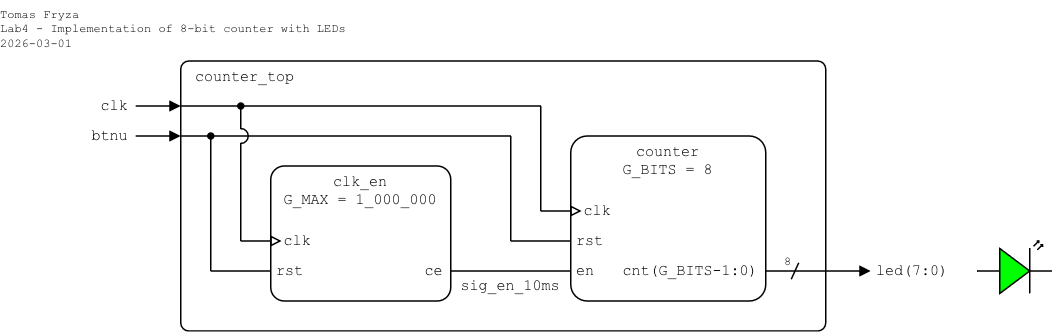
This is lab4-counter/images/top-level_ver1.png from tomas-fryza/verilog-examples, a draw.io export, as it was before one commit. Source tidied: cells renumbered, new cells last; positions are measured from the earlier drawing's top-left corner, leaving out a move shared by most shapes.
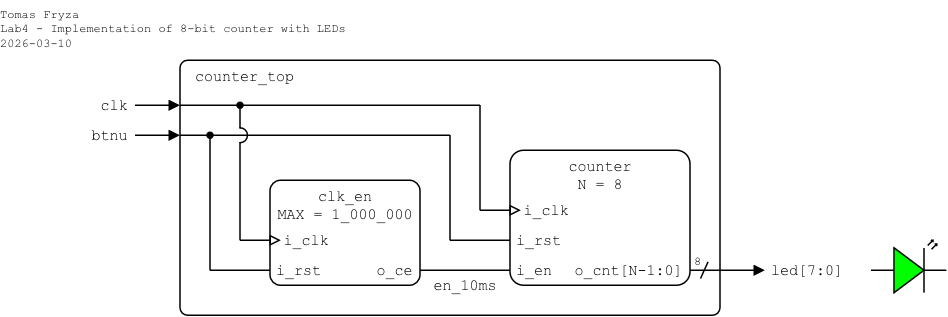
After the commit.

What changed in the source:
```diff
@@ -3,153 +3,153 @@
     <mxCell id="0" />
     <mxCell id="1" parent="0" />
     <mxCell id="2" value="counter_top" style="rounded=1;arcSize=3;whiteSpace=wrap;html=1;align=left;verticalAlign=top;fontFamily=Courier New;absoluteArcSize=0;fillColor=none;fontSize=10;spacingLeft=10;imageHeight=24;spacing=0;" parent="1" vertex="1">
-      <mxGeometry x="120" y="40" width="430" height="180" as="geometry" />
+      <mxGeometry x="2240" y="-1360" width="360" height="170" as="geometry" />
     </mxCell>
     <mxCell id="3" style="endArrow=none;html=1;rounded=0;endFill=1;endSize=5;startSize=5;startFill=0;" parent="1" edge="1">
       <mxGeometry relative="1" as="geometry">
-        <mxPoint x="120" y="90" as="sourcePoint" />
-        <mxPoint x="340" y="90" as="targetPoint" />
+        <mxPoint x="2240" y="-1310" as="sourcePoint" />
+        <mxPoint x="2420" y="-1310" as="targetPoint" />
       </mxGeometry>
     </mxCell>
     <mxCell id="4" style="endArrow=block;html=1;rounded=0;endFill=1;endSize=5;startSize=5;" parent="1" edge="1">
       <mxGeometry relative="1" as="geometry">
-        <mxPoint x="90" y="90" as="sourcePoint" />
-        <mxPoint x="120" y="90" as="targetPoint" />
+        <mxPoint x="2210" y="-1310" as="sourcePoint" />
+        <mxPoint x="2240" y="-1310" as="targetPoint" />
       </mxGeometry>
     </mxCell>
     <mxCell id="5" value="&lt;div align=&quot;right&quot;&gt;btnu&lt;/div&gt;" style="text;html=1;align=right;verticalAlign=middle;whiteSpace=wrap;rounded=0;fontFamily=Courier New;fontSize=10;fillOpacity=100;spacing=0;spacingLeft=0;spacingRight=5;" parent="1" vertex="1">
-      <mxGeometry x="50" y="80" width="39.6" height="20" as="geometry" />
+      <mxGeometry x="2170" y="-1320" width="39.6" height="20" as="geometry" />
     </mxCell>
     <mxCell id="6" style="endArrow=none;html=1;rounded=0;startArrow=none;startFill=0;endSize=4;startSize=4;" parent="1" edge="1">
       <mxGeometry relative="1" as="geometry">
-        <mxPoint x="360" y="140" as="sourcePoint" />
-        <mxPoint x="360" y="70" as="targetPoint" />
+        <mxPoint x="2440" y="-1260" as="sourcePoint" />
+        <mxPoint x="2440" y="-1330" as="targetPoint" />
       </mxGeometry>
     </mxCell>
     <mxCell id="7" style="endArrow=block;html=1;rounded=0;endFill=1;orthogonal=1;endSize=5;startSize=5;" parent="1" edge="1">
       <mxGeometry relative="1" as="geometry">
-        <mxPoint x="510" y="180" as="sourcePoint" />
-        <mxPoint x="580" y="180" as="targetPoint" />
+        <mxPoint x="2580" y="-1220" as="sourcePoint" />
+        <mxPoint x="2630" y="-1220" as="targetPoint" />
       </mxGeometry>
     </mxCell>
-    <mxCell id="8" value="led(7:0)" style="text;html=1;align=left;verticalAlign=middle;whiteSpace=wrap;rounded=0;fontFamily=Courier New;fontSize=10;fillOpacity=100;spacing=0;spacingLeft=5;" parent="1" vertex="1">
-      <mxGeometry x="579.3" y="170" width="60.6" height="20" as="geometry" />
+    <mxCell id="8" value="led[7:0]" style="text;html=1;align=left;verticalAlign=middle;whiteSpace=wrap;rounded=0;fontFamily=Courier New;fontSize=10;fillOpacity=100;spacing=0;spacingLeft=5;" parent="1" vertex="1">
+      <mxGeometry x="2629.3" y="-1230" width="60.6" height="20" as="geometry" />
     </mxCell>
     <mxCell id="9" style="endArrow=block;html=1;rounded=0;endFill=1;endSize=5;startSize=5;" parent="1" edge="1">
       <mxGeometry relative="1" as="geometry">
-        <mxPoint x="90" y="70" as="sourcePoint" />
-        <mxPoint x="120" y="70" as="targetPoint" />
+        <mxPoint x="2210" y="-1330" as="sourcePoint" />
+        <mxPoint x="2240" y="-1330" as="targetPoint" />
       </mxGeometry>
     </mxCell>
     <mxCell id="10" value="clk" style="text;html=1;align=right;verticalAlign=middle;whiteSpace=wrap;rounded=0;fontFamily=Courier New;fontSize=10;fillOpacity=100;spacing=0;spacingLeft=0;spacingRight=5;" parent="1" vertex="1">
-      <mxGeometry x="60" y="60" width="30" height="20" as="geometry" />
+      <mxGeometry x="2180" y="-1340" width="30" height="20" as="geometry" />
     </mxCell>
     <mxCell id="11" style="endArrow=none;html=1;rounded=0;startArrow=none;startFill=0;endSize=4;startSize=4;" parent="1" edge="1">
       <mxGeometry relative="1" as="geometry">
-        <mxPoint x="340" y="90" as="sourcePoint" />
-        <mxPoint x="340" y="160" as="targetPoint" />
+        <mxPoint x="2420" y="-1310" as="sourcePoint" />
+        <mxPoint x="2420" y="-1240" as="targetPoint" />
       </mxGeometry>
     </mxCell>
-    <mxCell id="12" value="&lt;div&gt;counter&lt;/div&gt;&lt;div&gt;G_BITS = 8&lt;/div&gt;" style="rounded=1;arcSize=10;align=center;verticalAlign=top;fontFamily=Courier New;absoluteArcSize=0;fillColor=none;fixDash=0;fontSize=10;spacingLeft=0;labelBorderColor=none;spacingTop=0;spacing=0;labelBackgroundColor=none;whiteSpace=wrap;html=1;strokeWidth=1;shadow=0;glass=0;" parent="1" vertex="1">
-      <mxGeometry x="380" y="90" width="130" height="110" as="geometry" />
+    <mxCell id="12" value="&lt;div&gt;counter&lt;/div&gt;&lt;div&gt;N = 8&lt;/div&gt;" style="rounded=1;arcSize=10;align=center;verticalAlign=top;fontFamily=Courier New;absoluteArcSize=0;fillColor=none;fixDash=0;fontSize=10;spacingLeft=0;labelBorderColor=none;spacingTop=0;spacing=0;labelBackgroundColor=none;whiteSpace=wrap;html=1;strokeWidth=1;shadow=0;glass=0;" parent="1" vertex="1">
+      <mxGeometry x="2460" y="-1300" width="120" height="90" as="geometry" />
     </mxCell>
-    <mxCell id="13" value="rst" style="text;html=1;align=left;verticalAlign=middle;whiteSpace=wrap;rounded=0;fontFamily=Courier New;fontSize=10;fillOpacity=100;spacingLeft=5;spacing=0;" parent="1" vertex="1">
-      <mxGeometry x="379.4" y="150" width="30.6" height="20" as="geometry" />
+    <mxCell id="13" value="i_rst" style="text;html=1;align=left;verticalAlign=middle;whiteSpace=wrap;rounded=0;fontFamily=Courier New;fontSize=10;fillOpacity=100;spacingLeft=5;spacing=0;" parent="1" vertex="1">
+      <mxGeometry x="2459.4" y="-1250" width="40.6" height="20" as="geometry" />
     </mxCell>
-    <mxCell id="14" value="clk" style="text;html=1;align=left;verticalAlign=middle;whiteSpace=wrap;rounded=0;fontFamily=Courier New;fontSize=10;fillOpacity=100;spacing=0;spacingLeft=10;" parent="1" vertex="1">
-      <mxGeometry x="379.4" y="130" width="40.6" height="20" as="geometry" />
+    <mxCell id="14" value="i_clk" style="text;html=1;align=left;verticalAlign=middle;whiteSpace=wrap;rounded=0;fontFamily=Courier New;fontSize=10;fillOpacity=100;spacing=0;spacingLeft=10;" parent="1" vertex="1">
+      <mxGeometry x="2459.4" y="-1270" width="40.6" height="20" as="geometry" />
     </mxCell>
     <mxCell id="15" style="endArrow=none;html=1;rounded=0;endFill=0;endSize=5;startSize=5;" parent="1" edge="1">
       <mxGeometry relative="1" as="geometry">
-        <mxPoint x="300" y="180" as="sourcePoint" />
-        <mxPoint x="380" y="180" as="targetPoint" />
+        <mxPoint x="2400" y="-1220" as="sourcePoint" />
+        <mxPoint x="2460" y="-1220" as="targetPoint" />
       </mxGeometry>
     </mxCell>
     <mxCell id="16" style="endArrow=block;html=1;rounded=0;endFill=0;endSize=5;startSize=5;" parent="1" edge="1">
       <mxGeometry relative="1" as="geometry">
-        <mxPoint x="360" y="140" as="sourcePoint" />
-        <mxPoint x="387.2" y="140" as="targetPoint" />
+        <mxPoint x="2440" y="-1260" as="sourcePoint" />
+        <mxPoint x="2467.2" y="-1260" as="targetPoint" />
       </mxGeometry>
     </mxCell>
-    <mxCell id="17" value="cnt(G_BITS-1:0)" style="text;html=1;align=right;verticalAlign=middle;whiteSpace=wrap;rounded=0;fontFamily=Courier New;fontSize=10;fillOpacity=100;spacing=0;spacingRight=5;" parent="1" vertex="1">
-      <mxGeometry x="400" y="170" width="110" height="20" as="geometry" />
+    <mxCell id="17" value="o_cnt[N-1:0]" style="text;html=1;align=right;verticalAlign=middle;whiteSpace=wrap;rounded=0;fontFamily=Courier New;fontSize=10;fillOpacity=100;spacing=0;spacingRight=5;" parent="1" vertex="1">
+      <mxGeometry x="2500" y="-1230" width="80" height="20" as="geometry" />
     </mxCell>
-    <mxCell id="18" value="en" style="text;html=1;align=left;verticalAlign=middle;whiteSpace=wrap;rounded=0;fontFamily=Courier New;fontSize=10;fillOpacity=100;spacingLeft=5;spacing=0;" parent="1" vertex="1">
-      <mxGeometry x="379.4" y="170" width="30.6" height="20" as="geometry" />
+    <mxCell id="18" value="i_en" style="text;html=1;align=left;verticalAlign=middle;whiteSpace=wrap;rounded=0;fontFamily=Courier New;fontSize=10;fillOpacity=100;spacingLeft=5;spacing=0;" parent="1" vertex="1">
+      <mxGeometry x="2459.4" y="-1230" width="30.6" height="20" as="geometry" />
     </mxCell>
     <mxCell id="19" style="endArrow=none;html=1;rounded=0;endFill=0;endSize=5;startSize=5;" parent="1" edge="1">
       <mxGeometry relative="1" as="geometry">
-        <mxPoint x="340" y="160" as="sourcePoint" />
-        <mxPoint x="380" y="160" as="targetPoint" />
+        <mxPoint x="2420" y="-1240" as="sourcePoint" />
+        <mxPoint x="2460" y="-1240" as="targetPoint" />
       </mxGeometry>
     </mxCell>
     <mxCell id="20" style="endArrow=none;html=1;rounded=0;endFill=0;endSize=5;startSize=5;" parent="1" edge="1">
       <mxGeometry relative="1" as="geometry">
-        <mxPoint x="120" y="70" as="sourcePoint" />
-        <mxPoint x="360" y="70" as="targetPoint" />
+        <mxPoint x="2240" y="-1330" as="sourcePoint" />
+        <mxPoint x="2440" y="-1330" as="targetPoint" />
       </mxGeometry>
     </mxCell>
-    <mxCell id="21" value="sig_en_10ms" style="text;html=1;align=center;verticalAlign=middle;whiteSpace=wrap;rounded=0;fontFamily=Courier New;fontSize=10;fillOpacity=100;spacing=0;spacingLeft=0;" parent="1" vertex="1">
-      <mxGeometry x="300" y="185" width="80" height="10" as="geometry" />
+    <mxCell id="21" value="en_10ms" style="text;html=1;align=center;verticalAlign=middle;whiteSpace=wrap;rounded=0;fontFamily=Courier New;fontSize=10;fillOpacity=100;spacing=0;spacingLeft=0;" parent="1" vertex="1">
+      <mxGeometry x="2400" y="-1215" width="60" height="10" as="geometry" />
     </mxCell>
-    <mxCell id="22" value="clk_en&lt;div&gt;G_MAX = 1_000_000&lt;br&gt;&lt;/div&gt;" style="rounded=1;arcSize=10;align=center;verticalAlign=top;fontFamily=Courier New;absoluteArcSize=0;fillColor=none;fixDash=0;fontSize=10;spacingLeft=0;labelBorderColor=none;spacingTop=0;spacing=0;labelBackgroundColor=none;whiteSpace=wrap;html=1;strokeWidth=1;shadow=0;glass=0;" parent="1" vertex="1">
-      <mxGeometry x="180" y="110" width="120" height="90" as="geometry" />
+    <mxCell id="22" value="clk_en&lt;div&gt;MAX = 1_000_000&lt;br&gt;&lt;/div&gt;" style="rounded=1;arcSize=10;align=center;verticalAlign=top;fontFamily=Courier New;absoluteArcSize=0;fillColor=none;fixDash=0;fontSize=10;spacingLeft=0;labelBorderColor=none;spacingTop=0;spacing=0;labelBackgroundColor=none;whiteSpace=wrap;html=1;strokeWidth=1;shadow=0;glass=0;" parent="1" vertex="1">
+      <mxGeometry x="2300" y="-1280" width="100" height="70" as="geometry" />
     </mxCell>
-    <mxCell id="23" value="rst" style="text;html=1;align=left;verticalAlign=middle;whiteSpace=wrap;rounded=0;fontFamily=Courier New;fontSize=10;fillOpacity=100;spacingLeft=5;spacing=0;" parent="1" vertex="1">
-      <mxGeometry x="179.4" y="170" width="30.6" height="20" as="geometry" />
+    <mxCell id="23" value="i_rst" style="text;html=1;align=left;verticalAlign=middle;whiteSpace=wrap;rounded=0;fontFamily=Courier New;fontSize=10;fillOpacity=100;spacingLeft=5;spacing=0;" parent="1" vertex="1">
+      <mxGeometry x="2299.4" y="-1230" width="40.6" height="20" as="geometry" />
     </mxCell>
-    <mxCell id="24" value="clk" style="text;html=1;align=left;verticalAlign=middle;whiteSpace=wrap;rounded=0;fontFamily=Courier New;fontSize=10;fillOpacity=100;spacing=0;spacingLeft=10;" parent="1" vertex="1">
-      <mxGeometry x="179.4" y="150" width="30.6" height="20" as="geometry" />
+    <mxCell id="24" value="i_clk" style="text;html=1;align=left;verticalAlign=middle;whiteSpace=wrap;rounded=0;fontFamily=Courier New;fontSize=10;fillOpacity=100;spacing=0;spacingLeft=10;" parent="1" vertex="1">
+      <mxGeometry x="2299.4" y="-1250" width="50.6" height="20" as="geometry" />
     </mxCell>
     <mxCell id="25" style="endArrow=block;html=1;rounded=0;endFill=0;endSize=5;startSize=5;" parent="1" edge="1">
       <mxGeometry relative="1" as="geometry">
-        <mxPoint x="160" y="160" as="sourcePoint" />
-        <mxPoint x="187.2" y="160" as="targetPoint" />
+        <mxPoint x="2280" y="-1240" as="sourcePoint" />
+        <mxPoint x="2307.2" y="-1240" as="targetPoint" />
       </mxGeometry>
     </mxCell>
-    <mxCell id="26" value="ce" style="text;html=1;align=right;verticalAlign=middle;whiteSpace=wrap;rounded=0;fontFamily=Courier New;fontSize=10;fillOpacity=100;spacing=0;spacingRight=5;" parent="1" vertex="1">
-      <mxGeometry x="270" y="170" width="30" height="20" as="geometry" />
+    <mxCell id="26" value="o_ce" style="text;html=1;align=right;verticalAlign=middle;whiteSpace=wrap;rounded=0;fontFamily=Courier New;fontSize=10;fillOpacity=100;spacing=0;spacingRight=5;" parent="1" vertex="1">
+      <mxGeometry x="2370" y="-1230" width="30" height="20" as="geometry" />
     </mxCell>
     <mxCell id="27" style="endArrow=none;html=1;rounded=0;endFill=0;endSize=5;startSize=5;" parent="1" edge="1">
       <mxGeometry relative="1" as="geometry">
-        <mxPoint x="140" y="180" as="sourcePoint" />
-        <mxPoint x="180" y="180" as="targetPoint" />
+        <mxPoint x="2260" y="-1220" as="sourcePoint" />
+        <mxPoint x="2300" y="-1220" as="targetPoint" />
       </mxGeometry>
     </mxCell>
     <mxCell id="28" style="endArrow=oval;html=1;rounded=0;startArrow=none;startFill=0;endSize=4;startSize=4;endFill=1;" parent="1" edge="1">
       <mxGeometry relative="1" as="geometry">
-        <mxPoint x="160" y="85.5" as="sourcePoint" />
-        <mxPoint x="160" y="70" as="targetPoint" />
+        <mxPoint x="2280" y="-1314.5" as="sourcePoint" />
+        <mxPoint x="2280" y="-1330" as="targetPoint" />
       </mxGeometry>
     </mxCell>
     <mxCell id="29" style="endArrow=none;html=1;rounded=0;startArrow=oval;startFill=1;endSize=4;startSize=4;" parent="1" edge="1">
       <mxGeometry relative="1" as="geometry">
-        <mxPoint x="140" y="90" as="sourcePoint" />
-        <mxPoint x="140" y="180" as="targetPoint" />
+        <mxPoint x="2260" y="-1310" as="sourcePoint" />
+        <mxPoint x="2260" y="-1220" as="targetPoint" />
       </mxGeometry>
     </mxCell>
     <mxCell id="30" style="verticalLabelPosition=bottom;verticalAlign=top;html=1;shape=mxgraph.basic.arc;startAngle=0.75;endAngle=0.25;rotation=90;" parent="1" vertex="1">
-      <mxGeometry x="155" y="85" width="10" height="10" as="geometry" />
+      <mxGeometry x="2275" y="-1315" width="10" height="10" as="geometry" />
     </mxCell>
     <mxCell id="31" style="verticalLabelPosition=bottom;shadow=0;dashed=0;align=center;html=1;verticalAlign=top;shape=mxgraph.electrical.opto_electronics.led_2;fillColor=#00FF00;" parent="1" vertex="1">
-      <mxGeometry x="651" y="160" width="50" height="35" as="geometry" />
+      <mxGeometry x="2701" y="-1240" width="50" height="35" as="geometry" />
     </mxCell>
     <mxCell id="32" style="endArrow=none;html=1;rounded=0;startArrow=none;startFill=0;endSize=4;startSize=4;" parent="1" edge="1">
       <mxGeometry relative="1" as="geometry">
-        <mxPoint x="160" y="94.5" as="sourcePoint" />
-        <mxPoint x="160" y="160" as="targetPoint" />
+        <mxPoint x="2280" y="-1305.5" as="sourcePoint" />
+        <mxPoint x="2280" y="-1240" as="targetPoint" />
       </mxGeometry>
     </mxCell>
-    <mxCell id="33" value="&lt;div&gt;Tomas Fryza&lt;/div&gt;&lt;div&gt;Lab4 - Implementation of 8-bit counter with LEDs&lt;/div&gt;&lt;div&gt;2026-03-01&lt;/div&gt;" style="text;html=1;align=left;verticalAlign=top;whiteSpace=wrap;rounded=0;fontFamily=Courier New;fontSize=8;fillOpacity=100;spacing=0;spacingLeft=0;" parent="1" vertex="1">
-      <mxGeometry width="240" height="40" as="geometry" />
+    <mxCell id="33" value="&lt;div&gt;Tomas Fryza&lt;/div&gt;&lt;div&gt;Lab4 - Implementation of 8-bit counter with LEDs&lt;/div&gt;&lt;div&gt;2026-03-10&lt;/div&gt;" style="text;html=1;align=left;verticalAlign=top;whiteSpace=wrap;rounded=0;fontFamily=Courier New;fontSize=8;fillOpacity=100;spacing=0;spacingLeft=0;" parent="1" vertex="1">
+      <mxGeometry x="2120" y="-1400" width="240" height="40" as="geometry" />
     </mxCell>
     <mxCell id="34" value="8" style="text;html=1;align=center;verticalAlign=middle;whiteSpace=wrap;rounded=0;fontFamily=Courier New;fontSize=8;fillOpacity=100;spacing=2;spacingRight=0;" parent="1" vertex="1">
-      <mxGeometry x="520" y="164" width="10" height="20" as="geometry" />
+      <mxGeometry x="2580" y="-1236" width="10" height="20" as="geometry" />
     </mxCell>
     <mxCell id="35" style="endArrow=none;html=1;rounded=0;startArrow=none;startFill=0;endSize=4;startSize=4;" parent="1" edge="1">
       <mxGeometry relative="1" as="geometry">
-        <mxPoint x="532" y="174.5" as="sourcePoint" />
-        <mxPoint x="527" y="185.5" as="targetPoint" />
+        <mxPoint x="2592" y="-1225.5" as="sourcePoint" />
+        <mxPoint x="2587" y="-1214.5" as="targetPoint" />
       </mxGeometry>
     </mxCell>
   </root>
```
